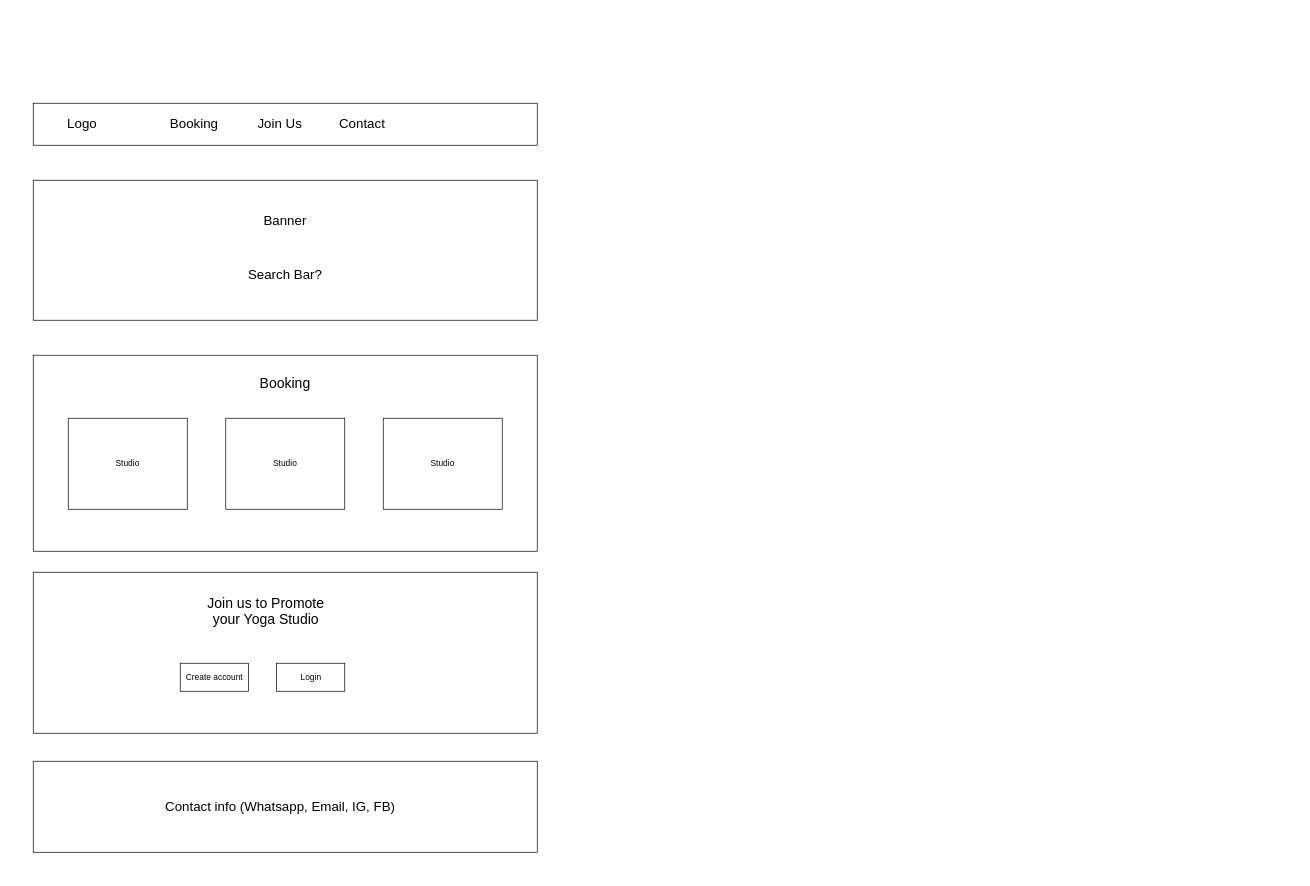
Spike-forward/hk-sma-m4-project-23-04 keeps this draw.io diagram as page "HomePage & All Studio Page" (2 of 7) of wireframe.drawio. Above is the earlier version. Source tidied: cells renumbered, new cells numbered last; positions are measured from the earlier drawing's top-left corner, leaving out a move shared by most shapes. Both pictures are drawn from the tidied source at 70%, with x=0, y=0 at pixel (33, 103).
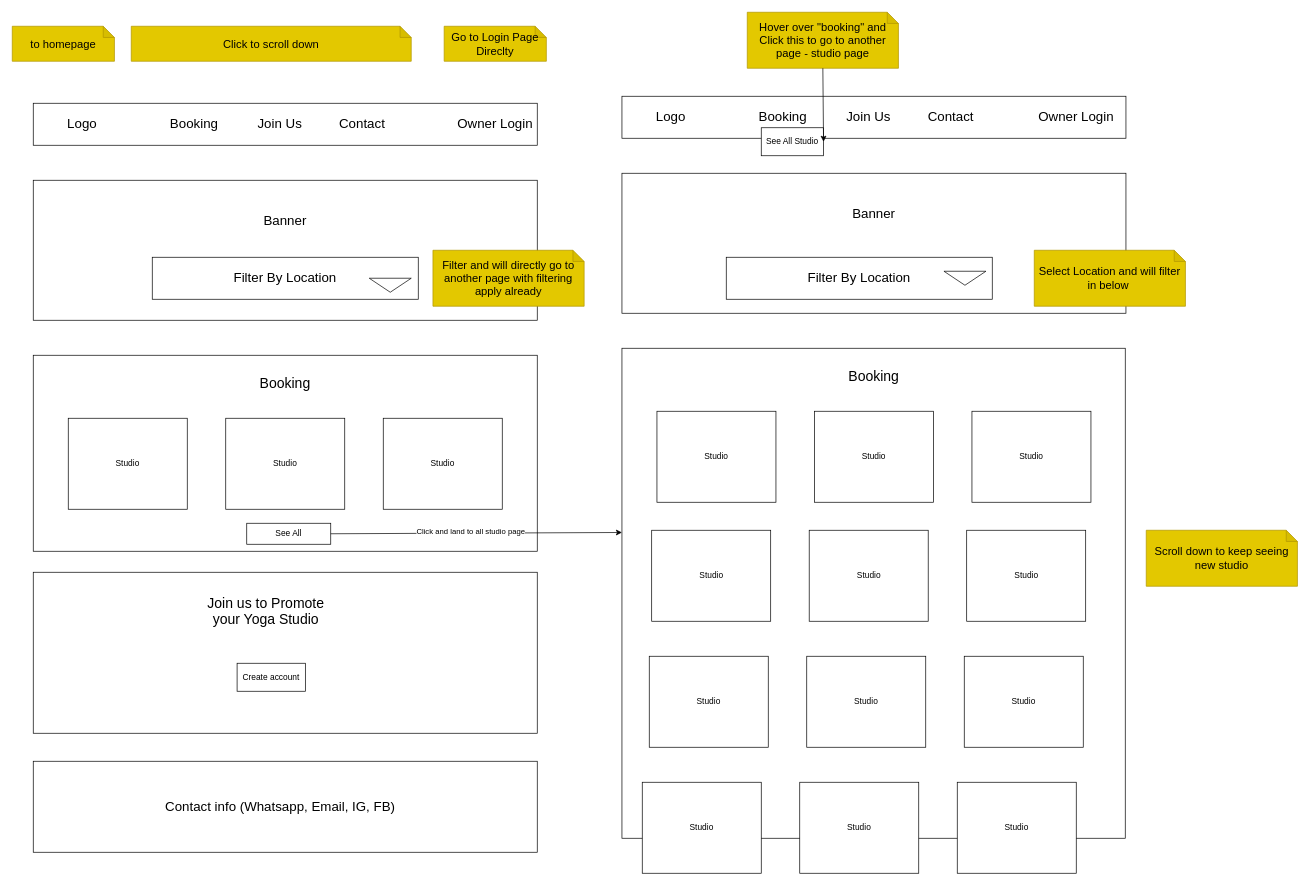
The same page after the edit.

The edit, as a diff of the source:
```diff
@@
     <mxCell id="17" value="Create account" style="rounded=0;whiteSpace=wrap;html=1;" parent="1" vertex="1">
-      <mxGeometry x="210" y="800" width="97.5" height="40" as="geometry" />
+      <mxGeometry x="291.2" y="800" width="97.5" height="40" as="geometry" />
     </mxCell>
-    <mxCell id="18" value="Login" style="rounded=0;whiteSpace=wrap;html=1;" parent="1" vertex="1">
-      <mxGeometry x="347.5" y="800" width="97.5" height="40" as="geometry" />
-    </mxCell>
@@
-    <mxCell id="23" value="Search Bar?" style="text;html=1;strokeColor=none;fillColor=none;align=center;verticalAlign=middle;whiteSpace=wrap;rounded=0;fontSize=19;" parent="1" vertex="1">
-      <mxGeometry x="260" y="230" width="200" height="30" as="geometry" />
-    </mxCell>
+    <mxCell id="24" value="See All" style="rounded=0;whiteSpace=wrap;html=1;" parent="1" vertex="1">
+      <mxGeometry x="305" y="600" width="120" height="30" as="geometry" />
+    </mxCell>
+    <mxCell id="25" style="rounded=0;whiteSpace=wrap;html=1;" parent="1" vertex="1">
+      <mxGeometry x="841" y="-10" width="720" height="60" as="geometry" />
+    </mxCell>
+    <mxCell id="26" value="Logo" style="text;html=1;strokeColor=none;fillColor=none;align=center;verticalAlign=middle;whiteSpace=wrap;rounded=0;fontSize=19;" parent="1" vertex="1">
+      <mxGeometry x="881" y="5" width="60" height="30" as="geometry" />
+    </mxCell>
+    <mxCell id="27" style="rounded=0;whiteSpace=wrap;html=1;" parent="1" vertex="1">
+      <mxGeometry x="841" y="100" width="720" height="200" as="geometry" />
+    </mxCell>
+    <mxCell id="28" value="Banner" style="text;html=1;strokeColor=none;fillColor=none;align=center;verticalAlign=middle;whiteSpace=wrap;rounded=0;fontSize=19;" parent="1" vertex="1">
+      <mxGeometry x="1156" y="130" width="90" height="55" as="geometry" />
+    </mxCell>
+    <mxCell id="29" value="Booking" style="text;html=1;strokeColor=none;fillColor=none;align=center;verticalAlign=middle;whiteSpace=wrap;rounded=0;fontSize=19;" parent="1" vertex="1">
+      <mxGeometry x="1041" y="5" width="60" height="30" as="geometry" />
+    </mxCell>
+    <mxCell id="30" value="Join Us" style="text;html=1;strokeColor=none;fillColor=none;align=center;verticalAlign=middle;whiteSpace=wrap;rounded=0;fontSize=19;" parent="1" vertex="1">
+      <mxGeometry x="1156" y="5" width="75" height="30" as="geometry" />
+    </mxCell>
+    <mxCell id="31" style="rounded=0;whiteSpace=wrap;html=1;" parent="1" vertex="1">
+      <mxGeometry x="841" y="350" width="719" height="700" as="geometry" />
+    </mxCell>
+    <mxCell id="32" value="Booking" style="text;html=1;strokeColor=none;fillColor=none;align=center;verticalAlign=middle;whiteSpace=wrap;rounded=0;fontSize=20;" parent="1" vertex="1">
+      <mxGeometry x="1171" y="375" width="60" height="30" as="geometry" />
+    </mxCell>
+    <mxCell id="33" style="rounded=0;whiteSpace=wrap;html=1;" parent="1" vertex="1">
+      <mxGeometry x="891" y="440" width="170" height="130" as="geometry" />
+    </mxCell>
+    <mxCell id="34" style="rounded=0;whiteSpace=wrap;html=1;" parent="1" vertex="1">
+      <mxGeometry x="1116" y="440" width="170" height="130" as="geometry" />
+    </mxCell>
+    <mxCell id="35" style="rounded=0;whiteSpace=wrap;html=1;" parent="1" vertex="1">
+      <mxGeometry x="1341" y="440" width="170" height="130" as="geometry" />
+    </mxCell>
+    <mxCell id="36" value="Studio" style="text;html=1;strokeColor=none;fillColor=none;align=center;verticalAlign=middle;whiteSpace=wrap;rounded=0;" parent="1" vertex="1">
+      <mxGeometry x="946" y="490" width="60" height="30" as="geometry" />
+    </mxCell>
+    <mxCell id="37" value="Studio" style="text;html=1;strokeColor=none;fillColor=none;align=center;verticalAlign=middle;whiteSpace=wrap;rounded=0;" parent="1" vertex="1">
+      <mxGeometry x="1171" y="490" width="60" height="30" as="geometry" />
+    </mxCell>
+    <mxCell id="38" value="Studio" style="text;html=1;strokeColor=none;fillColor=none;align=center;verticalAlign=middle;whiteSpace=wrap;rounded=0;" parent="1" vertex="1">
+      <mxGeometry x="1396" y="490" width="60" height="30" as="geometry" />
+    </mxCell>
+    <mxCell id="39" value="&lt;font style=&quot;font-size: 19px;&quot;&gt;Contact&lt;/font&gt;" style="text;html=1;strokeColor=none;fillColor=none;align=center;verticalAlign=middle;whiteSpace=wrap;rounded=0;" parent="1" vertex="1">
+      <mxGeometry x="1281" y="5" width="60" height="30" as="geometry" />
+    </mxCell>
+    <mxCell id="40" value="See All Studio" style="rounded=0;whiteSpace=wrap;html=1;" parent="1" vertex="1">
+      <mxGeometry x="1040" y="35" width="89" height="40" as="geometry" />
+    </mxCell>
+    <mxCell id="41" value="Click to scroll down" style="shape=note;whiteSpace=wrap;html=1;backgroundOutline=1;darkOpacity=0.05;fontSize=16;size=16;fillColor=#e3c800;fontColor=#000000;strokeColor=#B09500;" parent="1" vertex="1">
+      <mxGeometry x="140" y="-110" width="400" height="50" as="geometry" />
+    </mxCell>
+    <mxCell id="42" value="Hover over &quot;booking&quot; and Click this to go to another page - studio page" style="shape=note;whiteSpace=wrap;html=1;backgroundOutline=1;darkOpacity=0.05;fontSize=16;size=16;fillColor=#e3c800;fontColor=#000000;strokeColor=#B09500;" parent="1" vertex="1">
+      <mxGeometry x="1020" y="-130" width="216" height="80" as="geometry" />
+    </mxCell>
+    <mxCell id="43" style="endArrow=classic;html=1;exitX=0.5;exitY=1;exitDx=0;exitDy=0;exitPerimeter=0;entryX=1;entryY=0.5;entryDx=0;entryDy=0;" parent="1" edge="1" source="42" target="40">
+      <mxGeometry relative="1" as="geometry" />
+    </mxCell>
+    <mxCell id="44" value="to homepage" style="shape=note;whiteSpace=wrap;html=1;backgroundOutline=1;darkOpacity=0.05;fontSize=16;size=16;fillColor=#e3c800;fontColor=#000000;strokeColor=#B09500;" parent="1" vertex="1">
+      <mxGeometry x="-30" y="-110" width="146" height="50" as="geometry" />
+    </mxCell>
+    <mxCell id="45" value="&lt;font style=&quot;font-size: 19px;&quot;&gt;Owner Login&lt;/font&gt;" style="text;html=1;strokeColor=none;fillColor=none;align=center;verticalAlign=middle;whiteSpace=wrap;rounded=0;" parent="1" vertex="1">
+      <mxGeometry x="600" y="15" width="120" height="30" as="geometry" />
+    </mxCell>
+    <mxCell id="46" value="Go to Login Page Direclty" style="shape=note;whiteSpace=wrap;html=1;backgroundOutline=1;darkOpacity=0.05;fontSize=16;size=16;fillColor=#e3c800;fontColor=#000000;strokeColor=#B09500;" parent="1" vertex="1">
+      <mxGeometry x="587" y="-110" width="146" height="50" as="geometry" />
+    </mxCell>
+    <mxCell id="47" value="&lt;font style=&quot;font-size: 19px;&quot;&gt;Owner Login&lt;/font&gt;" style="text;html=1;strokeColor=none;fillColor=none;align=center;verticalAlign=middle;whiteSpace=wrap;rounded=0;" parent="1" vertex="1">
+      <mxGeometry x="1430" y="5" width="120" height="30" as="geometry" />
+    </mxCell>
+    <mxCell id="48" style="group;" parent="1" vertex="1">
+      <mxGeometry x="883.5" y="610" width="620" height="130" as="geometry" />
+    </mxCell>
+    <mxCell id="49" style="rounded=0;whiteSpace=wrap;html=1;" parent="48" vertex="1">
+      <mxGeometry width="170" height="130" as="geometry" />
+    </mxCell>
+    <mxCell id="50" style="rounded=0;whiteSpace=wrap;html=1;" parent="48" vertex="1">
+      <mxGeometry x="225" width="170" height="130" as="geometry" />
+    </mxCell>
+    <mxCell id="51" style="rounded=0;whiteSpace=wrap;html=1;" parent="48" vertex="1">
+      <mxGeometry x="450" width="170" height="130" as="geometry" />
+    </mxCell>
+    <mxCell id="52" value="Studio" style="text;html=1;strokeColor=none;fillColor=none;align=center;verticalAlign=middle;whiteSpace=wrap;rounded=0;" parent="48" vertex="1">
+      <mxGeometry x="55" y="50" width="60" height="30" as="geometry" />
+    </mxCell>
+    <mxCell id="53" value="Studio" style="text;html=1;strokeColor=none;fillColor=none;align=center;verticalAlign=middle;whiteSpace=wrap;rounded=0;" parent="48" vertex="1">
+      <mxGeometry x="280" y="50" width="60" height="30" as="geometry" />
+    </mxCell>
+    <mxCell id="54" value="Studio" style="text;html=1;strokeColor=none;fillColor=none;align=center;verticalAlign=middle;whiteSpace=wrap;rounded=0;" parent="48" vertex="1">
+      <mxGeometry x="505" y="50" width="60" height="30" as="geometry" />
+    </mxCell>
+    <mxCell id="55" style="group;" parent="1" vertex="1">
+      <mxGeometry x="880" y="790" width="620" height="130" as="geometry" />
+    </mxCell>
+    <mxCell id="56" style="rounded=0;whiteSpace=wrap;html=1;" parent="55" vertex="1">
+      <mxGeometry width="170" height="130" as="geometry" />
+    </mxCell>
+    <mxCell id="57" style="rounded=0;whiteSpace=wrap;html=1;" parent="55" vertex="1">
+      <mxGeometry x="225" width="170" height="130" as="geometry" />
+    </mxCell>
+    <mxCell id="58" style="rounded=0;whiteSpace=wrap;html=1;" parent="55" vertex="1">
+      <mxGeometry x="450" width="170" height="130" as="geometry" />
+    </mxCell>
+    <mxCell id="59" value="Studio" style="text;html=1;strokeColor=none;fillColor=none;align=center;verticalAlign=middle;whiteSpace=wrap;rounded=0;" parent="55" vertex="1">
+      <mxGeometry x="55" y="50" width="60" height="30" as="geometry" />
+    </mxCell>
+    <mxCell id="60" value="Studio" style="text;html=1;strokeColor=none;fillColor=none;align=center;verticalAlign=middle;whiteSpace=wrap;rounded=0;" parent="55" vertex="1">
+      <mxGeometry x="280" y="50" width="60" height="30" as="geometry" />
+    </mxCell>
+    <mxCell id="61" value="Studio" style="text;html=1;strokeColor=none;fillColor=none;align=center;verticalAlign=middle;whiteSpace=wrap;rounded=0;" parent="55" vertex="1">
+      <mxGeometry x="505" y="50" width="60" height="30" as="geometry" />
+    </mxCell>
+    <mxCell id="62" style="group;" parent="1" vertex="1">
+      <mxGeometry x="870" y="970" width="620" height="130" as="geometry" />
+    </mxCell>
+    <mxCell id="63" style="rounded=0;whiteSpace=wrap;html=1;" parent="62" vertex="1">
+      <mxGeometry width="170" height="130" as="geometry" />
+    </mxCell>
+    <mxCell id="64" style="rounded=0;whiteSpace=wrap;html=1;" parent="62" vertex="1">
+      <mxGeometry x="225" width="170" height="130" as="geometry" />
+    </mxCell>
+    <mxCell id="65" style="rounded=0;whiteSpace=wrap;html=1;" parent="62" vertex="1">
+      <mxGeometry x="450" width="170" height="130" as="geometry" />
+    </mxCell>
+    <mxCell id="66" value="Studio" style="text;html=1;strokeColor=none;fillColor=none;align=center;verticalAlign=middle;whiteSpace=wrap;rounded=0;" parent="62" vertex="1">
+      <mxGeometry x="55" y="50" width="60" height="30" as="geometry" />
+    </mxCell>
+    <mxCell id="67" value="Studio" style="text;html=1;strokeColor=none;fillColor=none;align=center;verticalAlign=middle;whiteSpace=wrap;rounded=0;" parent="62" vertex="1">
+      <mxGeometry x="280" y="50" width="60" height="30" as="geometry" />
+    </mxCell>
+    <mxCell id="68" value="Studio" style="text;html=1;strokeColor=none;fillColor=none;align=center;verticalAlign=middle;whiteSpace=wrap;rounded=0;" parent="62" vertex="1">
+      <mxGeometry x="505" y="50" width="60" height="30" as="geometry" />
+    </mxCell>
+    <mxCell id="69" value="Scroll down to keep seeing new studio" style="shape=note;whiteSpace=wrap;html=1;backgroundOutline=1;darkOpacity=0.05;fontSize=16;size=16;fillColor=#e3c800;fontColor=#000000;strokeColor=#B09500;" parent="1" vertex="1">
+      <mxGeometry x="1590" y="610" width="216" height="80" as="geometry" />
+    </mxCell>
+    <mxCell id="70" value="&lt;span style=&quot;font-size: 19px;&quot;&gt;Filter By Location&lt;/span&gt;" style="rounded=0;whiteSpace=wrap;html=1;" parent="1" vertex="1">
+      <mxGeometry x="170" y="220" width="380" height="60" as="geometry" />
+    </mxCell>
+    <mxCell id="71" value="&lt;span style=&quot;font-size: 19px;&quot;&gt;Filter By Location&lt;/span&gt;" style="rounded=0;whiteSpace=wrap;html=1;" parent="1" vertex="1">
+      <mxGeometry x="990" y="220" width="380" height="60" as="geometry" />
+    </mxCell>
+    <mxCell id="72" style="triangle;whiteSpace=wrap;html=1;rotation=90;" parent="1" vertex="1">
+      <mxGeometry x="500" y="230" width="20" height="60" as="geometry" />
+    </mxCell>
+    <mxCell id="73" value="Filter and will directly go to another page with filtering apply already" style="shape=note;whiteSpace=wrap;html=1;backgroundOutline=1;darkOpacity=0.05;fontSize=16;size=16;fillColor=#e3c800;fontColor=#000000;strokeColor=#B09500;" parent="1" vertex="1">
+      <mxGeometry x="571" y="210" width="216" height="80" as="geometry" />
+    </mxCell>
+    <mxCell id="74" style="triangle;whiteSpace=wrap;html=1;rotation=90;" parent="1" vertex="1">
+      <mxGeometry x="1321" y="220" width="20" height="60" as="geometry" />
+    </mxCell>
+    <mxCell id="75" value="Select Location and will filter in below&amp;nbsp;" style="shape=note;whiteSpace=wrap;html=1;backgroundOutline=1;darkOpacity=0.05;fontSize=16;size=16;fillColor=#e3c800;fontColor=#000000;strokeColor=#B09500;" parent="1" vertex="1">
+      <mxGeometry x="1430" y="210" width="216" height="80" as="geometry" />
+    </mxCell>
+    <mxCell id="76" style="endArrow=classic;html=1;exitX=1;exitY=0.5;exitDx=0;exitDy=0;entryX=0;entryY=0.376;entryDx=0;entryDy=0;entryPerimeter=0;" parent="1" edge="1" source="24" target="31">
+      <mxGeometry relative="1" as="geometry" />
+    </mxCell>
+    <mxCell id="77" value="Click and land to all studio page" style="edgeLabel;html=1;align=center;verticalAlign=middle;" parent="76" vertex="1">
+      <mxGeometry x="0.11" y="-2" relative="1" as="geometry">
+        <mxPoint x="-32" y="-5" as="offset" />
+      </mxGeometry>
+    </mxCell>
```
